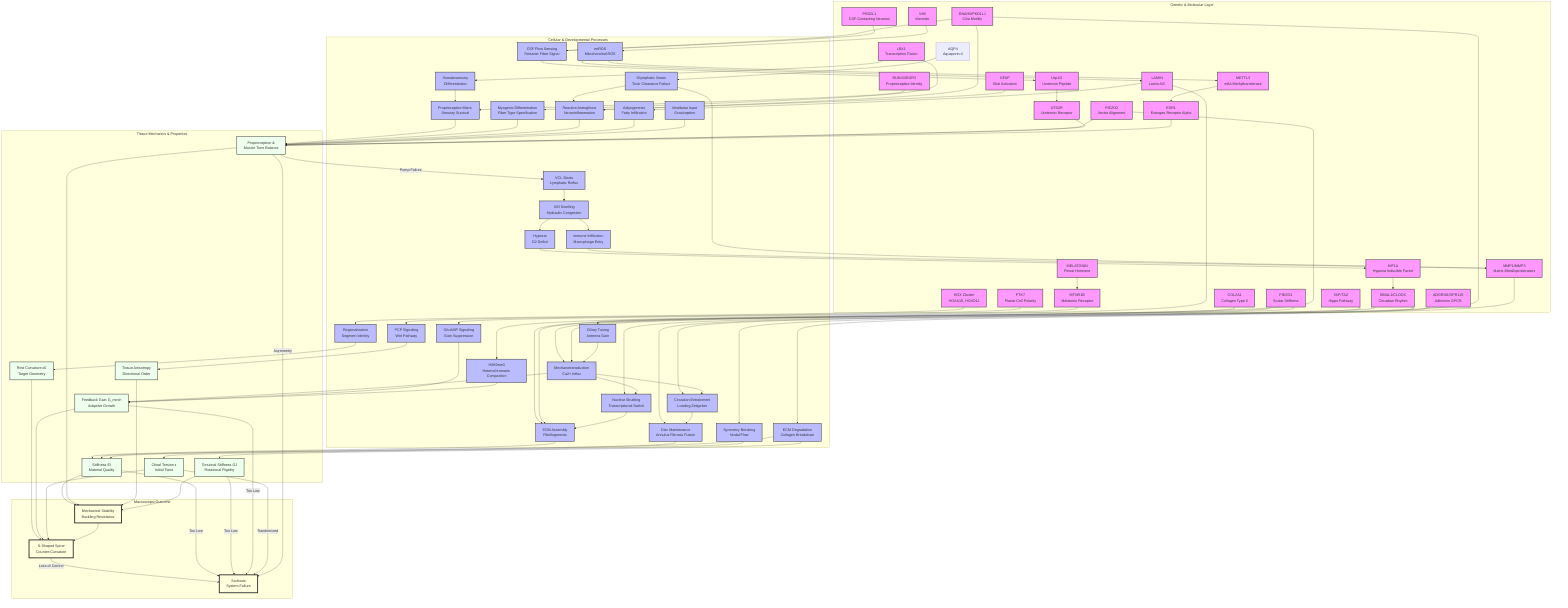
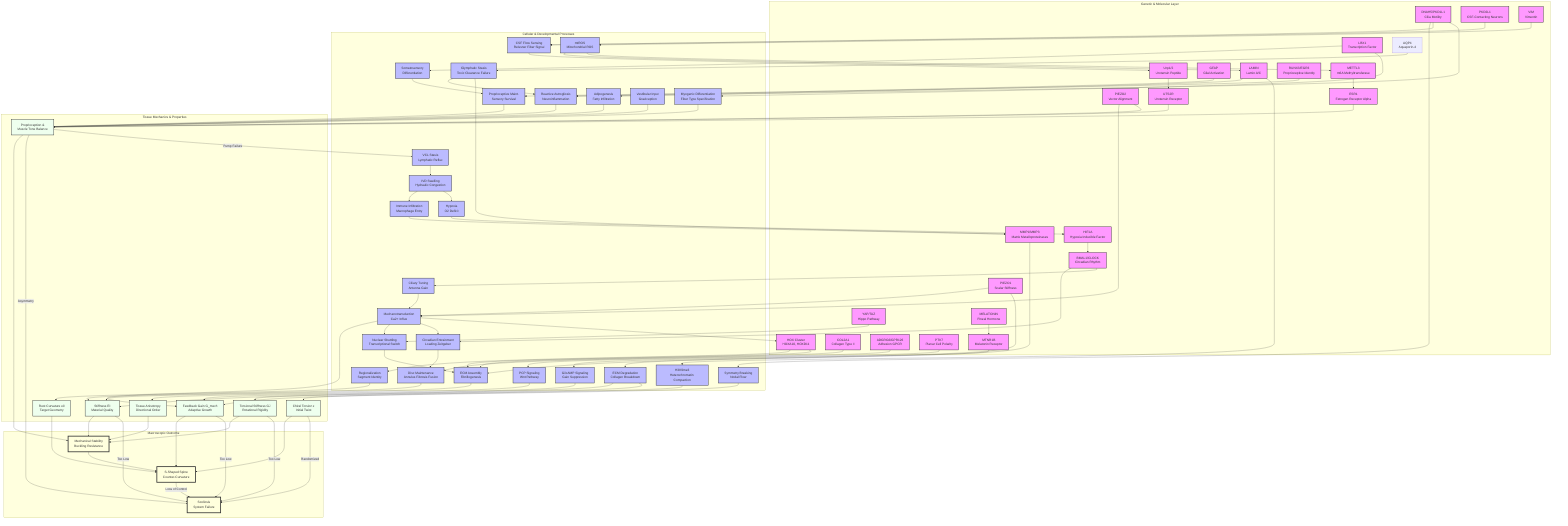
graph TD
    %% Subgraphs for Organization
    subgraph Genetics [Genetic & Molecular Layer]
        HOX[HOX Cluster<br/>HOXA10, HOXD11]
        COL[COL2A1<br/>Collagen Type II]
        PIEZO1[PIEZO1<br/>Scalar Stiffness]
        PIEZO2[PIEZO2<br/>Vector Alignment]
        CILIA[DNAH5/PKD1L1<br/>Cilia Motility]
        LBX1[LBX1<br/>Transcription Factor]
        ADGRG6[ADGRG6/GPR126<br/>Adhesion GPCR]
        PTK7[PTK7<br/>Planar Cell Polarity]
        YAP[YAP/TAZ<br/>Hippo Pathway]
        PKD2L1[PKD2L1<br/>CSF-Contacting Neurons]
        MMP[MMP1/MMP3<br/>Matrix Metalloproteinases]
        URP[Urp1/2<br/>Urotensin Peptide]
        UTS2R[UTS2R<br/>Urotensin Receptor]
        GFAP[GFAP<br/>Glial Activation]
        VIM[VIM<br/>Vimentin]
        LAMIN[LAMIN<br/>Lamin A/C]
        BMAL1[BMAL1/CLOCK<br/>Circadian Rhythm]
        RUNX3[RUNX3/EGR3<br/>Proprioceptive Identity]
        METTL3[METTL3<br/>m6A Methyltransferase]
        ESR1[ESR1<br/>Estrogen Receptor Alpha]
        AQP4[AQP4<br/>Aquaporin-4]
        MELATONIN[MELATONIN<br/>Pineal Hormone]
        MT2[MTNR1B<br/>Melatonin Receptor]
        HIF1A[HIF1A<br/>Hypoxia Inducible Factor]
    end

    subgraph Processes [Cellular & Developmental Processes]
        Astrogliosis[Reactive Astrogliosis<br/>Neuroinflammation]
        Region[Regionalization<br/>Segment Identity]
        ECM_Assembly[ECM Assembly<br/>Fibrillogenesis]
        Nucl_Shuttle[Nuclear Shuttling<br/>Transcriptional Switch]
        Mech_Trans[Mechanotransduction<br/>Ca2+ Influx]
        Sym_Break[Symmetry Breaking<br/>Nodal Flow]
        CSF_Sensing[CSF Flow Sensing<br/>Reissner Fiber Signal]
        Neur_Diff[Somatosensory<br/>Differentiation]
        Muscle_Diff[Myogenic Differentiation<br/>Fiber Type Specification]
        Disc_Maint[Disc Maintenance<br/>Annulus Fibrosis Fusion]
        PCP_Sig[PCP Signaling<br/>Wnt Pathway]
        Degradation[ECM Degradation<br/>Collagen Breakdown]
        mtROS[mtROS<br/>Mitochondrial ROS]
        Adipogenesis[Adipogenesis<br/>Fatty Infiltration]
        Hydraulic_Congestion[IVD Swelling<br/>Hydraulic Congestion]
        Immune_Infilt[Immune Infiltration<br/>Macrophage Entry]
        Circadian_Entrain[Circadian Entrainment<br/>Loading Zeitgeber]
        Proprio_Maint[Proprioceptive Maint.<br/>Sensory Survival]
        H3K9me3[H3K9me3<br/>Heterochromatin Compaction]
        VCL_Stasis[VCL Stasis<br/>Lymphatic Reflux]
        Glymphatic_Stasis[Glymphatic Stasis<br/>Toxic Clearance Failure]
        Vestibular_Input[Vestibular Input<br/>Graviception]
        Gi_cAMP[Gi/cAMP Signaling<br/>Gain Suppression]
        Ciliary_Tuning[Ciliary Tuning<br/>Antenna Gain]
        Hypoxia[Hypoxia<br/>O2 Deficit]
    end

    subgraph Tissue [Tissue Mechanics & Properties]
        Rest_Kappa[Rest Curvature κ0<br/>Target Geometry]
        Stiffness[Stiffness EI<br/>Material Quality]
        Torsional_Stiffness[Torsional Stiffness GJ<br/>Rotational Rigidity]
        Gain[Feedback Gain G_mech<br/>Adaptive Growth]
        Torsion[Chiral Torsion ε<br/>Initial Twist]
        Muscle_Tone[Proprioception &<br/>Muscle Tone Balance]
        Anisotropy[Tissue Anisotropy<br/>Directional Order]
    end

    subgraph Outcome [Macroscopic Outcome]
        S_Curve[S-Shaped Spine<br/>Counter-Curvature]
        Stability[Mechanical Stability<br/>Buckling Resistance]
        Scoliosis[Scoliosis<br/>System Failure]
    end

    %% Connections
    HOX --> Region
    Region --> Rest_Kappa
    Rest_Kappa --> S_Curve

    COL --> ECM_Assembly
    ECM_Assembly --> Stiffness
    Stiffness --> Stability

    PIEZO1 --> Mech_Trans
    PIEZO2 --> Mech_Trans
    Mech_Trans --> Gain
    Gain --> S_Curve

    %% NEW ARC: Piezo Duality (Vector-Scalar Mismatch)
    PIEZO1 --> ECM_Assembly
    PIEZO2 --> Muscle_Tone

    CILIA --> Sym_Break
    Sym_Break --> Torsion
    Torsion --> S_Curve

    LBX1 --> Neur_Diff
    LBX1 --> Muscle_Diff
    Neur_Diff --> Proprio_Maint
    Proprio_Maint --> Muscle_Tone
    Muscle_Diff --> Muscle_Tone
    Muscle_Tone --> Stability

    %% NEW ARC: Proprioceptive Maintenance
    RUNX3 --> Proprio_Maint

    %% NEW ARC: ADGRG6
    ADGRG6 --> Disc_Maint
    Disc_Maint --> Stiffness

    %% NEW ARC: PTK7
    PTK7 --> PCP_Sig
    PCP_Sig --> Anisotropy
    Anisotropy --> Stability

    %% NEW ARC: YAP/TAZ
    YAP --> Nucl_Shuttle
    Nucl_Shuttle --> ECM_Assembly
    Mech_Trans --> Nucl_Shuttle

    %% NEW ARC: CSF/Reissner Fiber
    CILIA --> CSF_Sensing
    PKD2L1 --> CSF_Sensing
    CSF_Sensing --> URP
    URP --> UTS2R
    UTS2R --> Muscle_Tone

    %% NEW ARC: MMP Degradation
    MMP --> Degradation
    Degradation --> Stiffness

    %% NEW ARC: Neuro-Inflammatory Pathway
    CILIA --> Astrogliosis
    GFAP --> Astrogliosis
    Astrogliosis --> Muscle_Tone

    %% NEW ARC: Vimentin Metabolic Switch
    VIM --> mtROS
    mtROS --> LAMIN
    LAMIN --> Adipogenesis
    Adipogenesis --> Muscle_Tone

    %% NEW ARC: Inflamed Torsion
    Hydraulic_Congestion --> Immune_Infilt
    Immune_Infilt --> MMP
    Degradation --> Torsional_Stiffness
    Torsional_Stiffness --> Stability

    %% NEW ARC: Glymphatic Stasis
    AQP4 --> Glymphatic_Stasis
    Glymphatic_Stasis --> Astrogliosis

    %% NEW ARC: Glymphatic-MMP Axis (Chen et al., 2025)
    Glymphatic_Stasis --> MMP

    %% NEW ARC: Melatonin Gain Control
    MELATONIN --> MT2
    MT2 --> Gi_cAMP
    Gi_cAMP --> Gain

    %% NEW ARC: Vestibular Asymmetry
    Vestibular_Input --> Muscle_Tone

    %% Cross-Talk and Failures
    Stability --> S_Curve
    S_Curve -- "Loss of Control" --> Scoliosis
    Stiffness -- "Too Low" --> Scoliosis
    Torsional_Stiffness -- "Too Low" --> Scoliosis
    Gain -- "Too Low" --> Scoliosis
    Torsion -- "Randomized" --> Scoliosis
    Muscle_Tone -- "Asymmetry" --> Scoliosis

    %% Styling
    classDef gene fill:#f9f,stroke:#333,stroke-width:2px;
    classDef process fill:#bbf,stroke:#333,stroke-width:2px;
    classDef tissue fill:#efe,stroke:#333,stroke-width:2px;
    classDef outcome fill:#ffd,stroke:#333,stroke-width:4px;

    %% NEW ARC: Spinal Jetlag
    BMAL1 --> Circadian_Entrain
    Mech_Trans --> Circadian_Entrain
    Circadian_Entrain --> Disc_Maint

    %% NEW ARC: Tunable Antenna (Miyoshi et al., 2024)
    BMAL1 --> Ciliary_Tuning
    Ciliary_Tuning --> Mech_Trans

    %% NEW ARC: Epigenetic Asymmetry
    mtROS --> METTL3
    METTL3 --> ESR1
    ESR1 --> Muscle_Tone

    %% NEW ARC: Nuclear Stiffness (Scalar Senescence)
    LAMIN --> H3K9me3
    H3K9me3 --> Gain

    %% NEW ARC: Lymphatic Drainage Pathway (VCL)
    Muscle_Tone -- "Pump Failure" --> VCL_Stasis
    VCL_Stasis --> Hydraulic_Congestion

    %% NEW ARC: Hypoxic Clock Block (HIF1A)
    Hydraulic_Congestion --> Hypoxia
    Hypoxia --> HIF1A
    HIF1A --> BMAL1

+     %% NEW ARC: Tension-Dependent Identity (HOX)
+     Mech_Trans --> HOX
+     HOX --> ECM_Assembly
+ 
    class HOX,COL,PIEZO1,PIEZO2,CILIA,LBX1,ADGRG6,PTK7,YAP,PKD2L1,MMP,URP,UTS2R,GFAP,VIM,LAMIN,BMAL1,RUNX3,METTL3,ESR1,MELATONIN,MT2,HIF1A gene;
    class Region,ECM_Assembly,Mech_Trans,Sym_Break,Neur_Diff,Muscle_Diff,Disc_Maint,PCP_Sig,Nucl_Shuttle,CSF_Sensing,Degradation,Astrogliosis,mtROS,Adipogenesis,Hydraulic_Congestion,Immune_Infilt,Circadian_Entrain,Proprio_Maint,H3K9me3,VCL_Stasis,Glymphatic_Stasis,Vestibular_Input,Gi_cAMP,Ciliary_Tuning,Hypoxia process;
    class Rest_Kappa,Stiffness,Torsional_Stiffness,Gain,Torsion,Muscle_Tone,Anisotropy tissue;
    class S_Curve,Stability,Scoliosis outcome;
